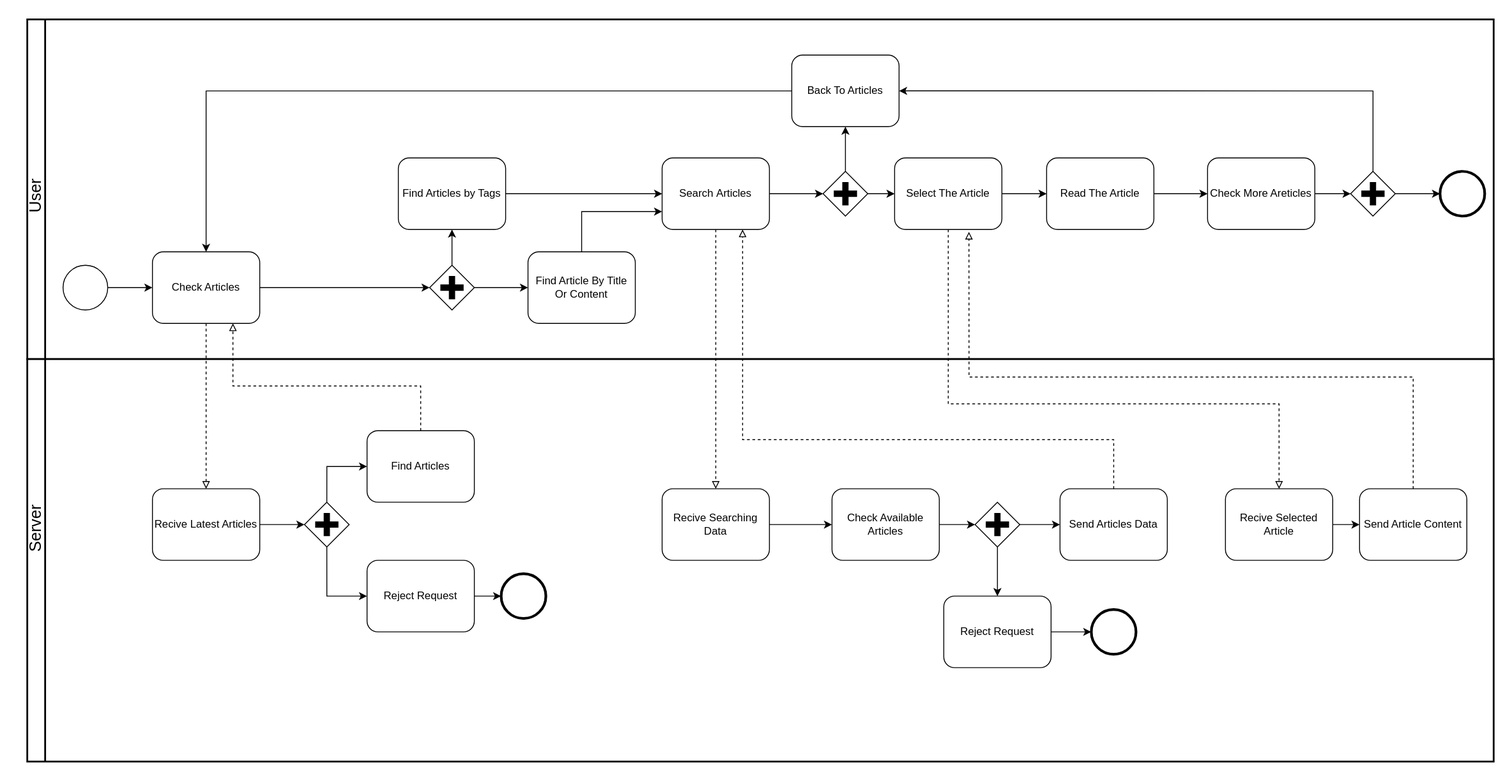
Above: Диаграммы/BPMN.svg in 0hJonny/Diplom_60701_ (draw.io), before the change. Source tidied: cells renumbered, new cells last; positions are measured from the earlier drawing's top-left corner, leaving out a move shared by most shapes.
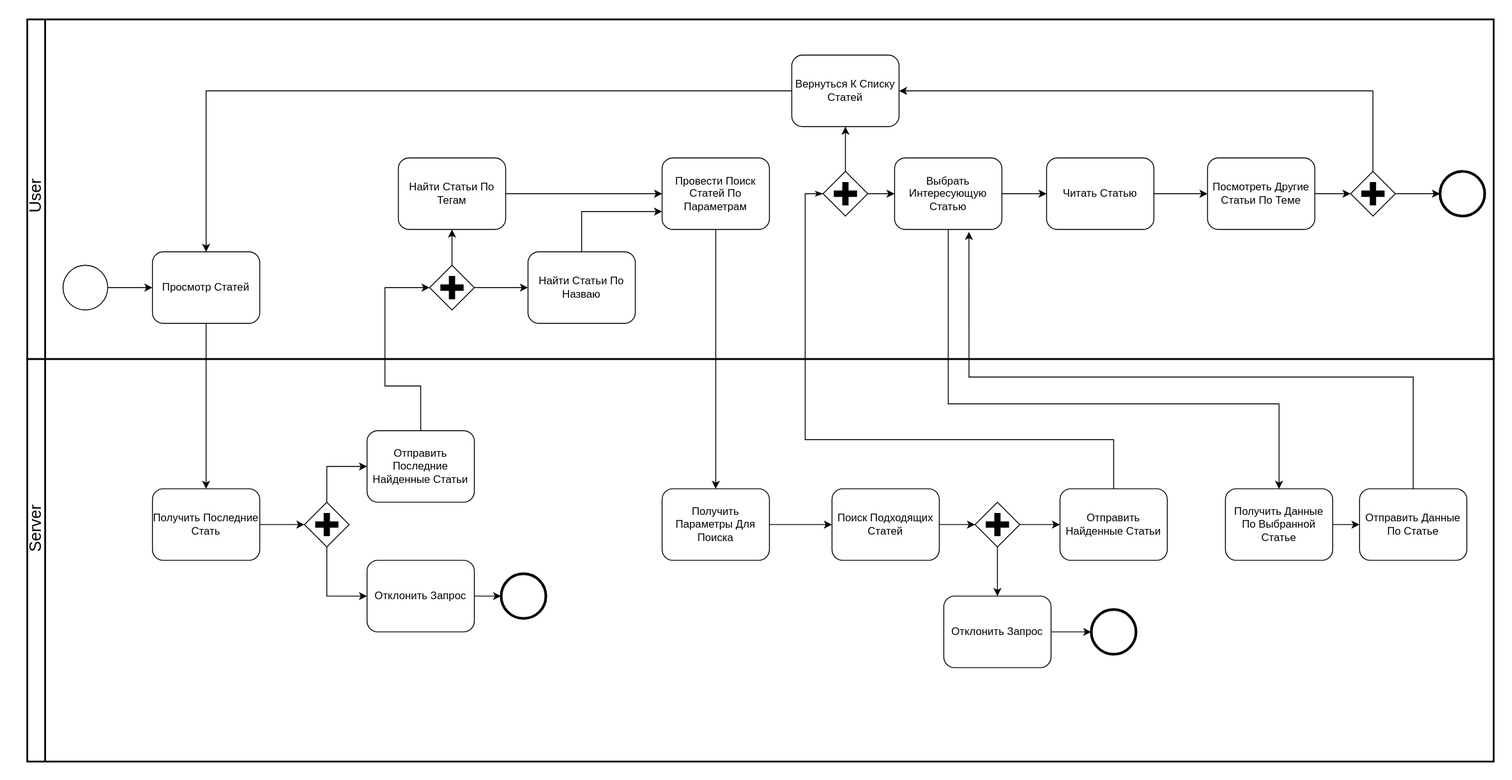
After the change.

Change to the diagram source:
```diff
@@ -11,36 +11,33 @@
     <mxCell id="4" style="shape=mxgraph.bpmn.shape;html=1;verticalLabelPosition=bottom;labelBackgroundColor=#ffffff;verticalAlign=top;perimeter=ellipsePerimeter;outline=standard;symbol=general;" parent="3" vertex="1">
       <mxGeometry x="40" y="275" width="50" height="50" as="geometry" />
     </mxCell>
-    <mxCell id="5" value="Check Articles" style="shape=ext;rounded=1;html=1;whiteSpace=wrap;" parent="3" vertex="1">
+    <mxCell id="5" value="Просмотр Статей" style="shape=ext;rounded=1;html=1;whiteSpace=wrap;" parent="3" vertex="1">
       <mxGeometry x="140" y="260" width="120" height="80" as="geometry" />
     </mxCell>
     <mxCell id="6" style="edgeStyle=orthogonalEdgeStyle;rounded=0;html=1;jettySize=auto;" parent="3" edge="1" source="4" target="5">
       <mxGeometry relative="1" as="geometry" />
     </mxCell>
-    <mxCell id="7" value="Search&amp;nbsp;Articles" style="shape=ext;rounded=1;html=1;whiteSpace=wrap;" parent="3" vertex="1">
+    <mxCell id="7" value="Провести Поиск Статей По Параметрам" style="shape=ext;rounded=1;html=1;whiteSpace=wrap;" parent="3" vertex="1">
       <mxGeometry x="710" y="155" width="120" height="80" as="geometry" />
     </mxCell>
     <mxCell id="8" style="edgeStyle=orthogonalEdgeStyle;rounded=0;jettySize=auto;html=1;entryX=0;entryY=0.5;entryDx=0;entryDy=0;" parent="3" edge="1" source="9" target="7">
       <mxGeometry relative="1" as="geometry" />
     </mxCell>
-    <mxCell id="9" value="Find Articles by Tags" style="shape=ext;rounded=1;html=1;whiteSpace=wrap;" parent="3" vertex="1">
+    <mxCell id="9" value="Найти Статьи По Тегам" style="shape=ext;rounded=1;html=1;whiteSpace=wrap;" parent="3" vertex="1">
       <mxGeometry x="415" y="155" width="120" height="80" as="geometry" />
     </mxCell>
     <mxCell id="10" style="edgeStyle=orthogonalEdgeStyle;rounded=0;jettySize=auto;html=1;entryX=0;entryY=0.75;entryDx=0;entryDy=0;exitX=0.5;exitY=0;exitDx=0;exitDy=0;" parent="3" edge="1" source="11" target="7">
       <mxGeometry relative="1" as="geometry" />
     </mxCell>
-    <mxCell id="11" value="Find Article By Title Or Content" style="shape=ext;rounded=1;html=1;whiteSpace=wrap;" parent="3" vertex="1">
+    <mxCell id="11" value="Найти Статьи По Назваю" style="shape=ext;rounded=1;html=1;whiteSpace=wrap;" parent="3" vertex="1">
       <mxGeometry x="560" y="260" width="120" height="80" as="geometry" />
     </mxCell>
-    <mxCell id="12" value="Read The Article" style="shape=ext;rounded=1;html=1;whiteSpace=wrap;" parent="3" vertex="1">
+    <mxCell id="12" value="Читать Статью" style="shape=ext;rounded=1;html=1;whiteSpace=wrap;" parent="3" vertex="1">
       <mxGeometry x="1140" y="155" width="120" height="80" as="geometry" />
     </mxCell>
     <mxCell id="13" style="points=[[0.145,0.145,0],[0.5,0,0],[0.855,0.145,0],[1,0.5,0],[0.855,0.855,0],[0.5,1,0],[0.145,0.855,0],[0,0.5,0]];shape=mxgraph.bpmn.event;html=1;verticalLabelPosition=bottom;labelBackgroundColor=#ffffff;verticalAlign=top;align=center;perimeter=ellipsePerimeter;outlineConnect=0;outline=end;symbol=terminate2;" parent="3" vertex="1">
       <mxGeometry x="1580" y="170" width="50" height="50" as="geometry" />
     </mxCell>
-    <mxCell id="14" style="edgeStyle=orthogonalEdgeStyle;rounded=0;jettySize=auto;html=1;entryX=0;entryY=0.5;entryDx=0;entryDy=0;entryPerimeter=0;" parent="3" edge="1" source="5" target="17">
-      <mxGeometry relative="1" as="geometry" />
-    </mxCell>
     <mxCell id="15" style="edgeStyle=orthogonalEdgeStyle;rounded=0;jettySize=auto;html=1;" parent="3" edge="1" source="17" target="9">
       <mxGeometry relative="1" as="geometry" />
     </mxCell>
@@ -53,13 +50,10 @@
     <mxCell id="18" style="points=[[0.25,0.25,0],[0.5,0,0],[0.75,0.25,0],[1,0.5,0],[0.75,0.75,0],[0.5,1,0],[0.25,0.75,0],[0,0.5,0]];shape=mxgraph.bpmn.gateway2;html=1;verticalLabelPosition=bottom;labelBackgroundColor=#ffffff;verticalAlign=top;align=center;perimeter=rhombusPerimeter;outlineConnect=0;outline=none;symbol=none;gwType=parallel;" parent="3" vertex="1">
       <mxGeometry x="890" y="170" width="50" height="50" as="geometry" />
     </mxCell>
-    <mxCell id="19" style="edgeStyle=orthogonalEdgeStyle;rounded=0;jettySize=auto;html=1;entryX=0;entryY=0.5;entryDx=0;entryDy=0;entryPerimeter=0;" parent="3" edge="1" source="7" target="18">
-      <mxGeometry relative="1" as="geometry" />
-    </mxCell>
     <mxCell id="20" style="edgeStyle=orthogonalEdgeStyle;rounded=0;jettySize=auto;html=1;entryX=0;entryY=0.5;entryDx=0;entryDy=0;" parent="3" edge="1" source="21" target="12">
       <mxGeometry relative="1" as="geometry" />
     </mxCell>
-    <mxCell id="21" value="Select The Article" style="shape=ext;rounded=1;html=1;whiteSpace=wrap;" parent="3" vertex="1">
+    <mxCell id="21" value="Выбрать Интересующую Статью" style="shape=ext;rounded=1;html=1;whiteSpace=wrap;" parent="3" vertex="1">
       <mxGeometry x="970" y="155" width="120" height="80" as="geometry" />
     </mxCell>
     <mxCell id="22" style="edgeStyle=orthogonalEdgeStyle;rounded=0;jettySize=auto;html=1;" parent="3" edge="1" source="18" target="21">
@@ -68,13 +62,13 @@
     <mxCell id="23" style="edgeStyle=orthogonalEdgeStyle;rounded=0;jettySize=auto;html=1;entryX=0.5;entryY=0;entryDx=0;entryDy=0;" parent="3" edge="1" source="24" target="5">
       <mxGeometry relative="1" as="geometry" />
     </mxCell>
-    <mxCell id="24" value="Back To Articles" style="shape=ext;rounded=1;html=1;whiteSpace=wrap;" parent="3" vertex="1">
+    <mxCell id="24" value="Вернуться К Списку Статей" style="shape=ext;rounded=1;html=1;whiteSpace=wrap;" parent="3" vertex="1">
       <mxGeometry x="855" y="40" width="120" height="80" as="geometry" />
     </mxCell>
     <mxCell id="25" style="edgeStyle=orthogonalEdgeStyle;rounded=0;jettySize=auto;html=1;" parent="3" edge="1" source="18" target="24">
       <mxGeometry relative="1" as="geometry" />
     </mxCell>
-    <mxCell id="26" value="Check More Areticles" style="shape=ext;rounded=1;html=1;whiteSpace=wrap;" parent="3" vertex="1">
+    <mxCell id="26" value="Посмотреть Другие Статьи По Теме" style="shape=ext;rounded=1;html=1;whiteSpace=wrap;" parent="3" vertex="1">
       <mxGeometry x="1320" y="155" width="120" height="80" as="geometry" />
     </mxCell>
     <mxCell id="27" style="edgeStyle=orthogonalEdgeStyle;rounded=0;jettySize=auto;html=1;" parent="3" edge="1" source="12" target="26">
@@ -102,7 +96,7 @@
     <mxCell id="33" style="swimlane;html=1;startSize=20;fontStyle=0;horizontal=0;swimlaneLine=1;swimlaneFillColor=#ffffff;strokeWidth=2;whiteSpace=wrap;" parent="2" vertex="1">
       <mxGeometry y="100" width="1640" height="450" as="geometry" />
     </mxCell>
-    <mxCell id="34" value="Recive Latest Articles" style="shape=ext;rounded=1;html=1;whiteSpace=wrap;" parent="33" vertex="1">
+    <mxCell id="34" value="Получить Последние Стать" style="shape=ext;rounded=1;html=1;whiteSpace=wrap;" parent="33" vertex="1">
       <mxGeometry x="140" y="145" width="120" height="80" as="geometry" />
     </mxCell>
     <mxCell id="35" style="points=[[0.25,0.25,0],[0.5,0,0],[0.75,0.25,0],[1,0.5,0],[0.75,0.75,0],[0.5,1,0],[0.25,0.75,0],[0,0.5,0]];shape=mxgraph.bpmn.gateway2;html=1;verticalLabelPosition=bottom;labelBackgroundColor=#ffffff;verticalAlign=top;align=center;perimeter=rhombusPerimeter;outlineConnect=0;outline=none;symbol=none;gwType=parallel;" parent="33" vertex="1">
@@ -111,7 +105,7 @@
     <mxCell id="36" style="edgeStyle=orthogonalEdgeStyle;rounded=0;jettySize=auto;html=1;" parent="33" edge="1" source="34" target="35">
       <mxGeometry relative="1" as="geometry" />
     </mxCell>
-    <mxCell id="37" value="Find Articles" style="shape=ext;rounded=1;html=1;whiteSpace=wrap;" parent="33" vertex="1">
+    <mxCell id="37" value="Отправить Последние Найденные Статьи" style="shape=ext;rounded=1;html=1;whiteSpace=wrap;" parent="33" vertex="1">
       <mxGeometry x="380" y="80" width="120" height="80" as="geometry" />
     </mxCell>
     <mxCell id="38" style="edgeStyle=orthogonalEdgeStyle;rounded=0;jettySize=auto;html=1;entryX=0;entryY=0.5;entryDx=0;entryDy=0;exitX=0.5;exitY=0;exitDx=0;exitDy=0;exitPerimeter=0;" parent="33" edge="1" source="35" target="37">
@@ -120,7 +114,7 @@
     <mxCell id="39" style="points=[[0.145,0.145,0],[0.5,0,0],[0.855,0.145,0],[1,0.5,0],[0.855,0.855,0],[0.5,1,0],[0.145,0.855,0],[0,0.5,0]];shape=mxgraph.bpmn.event;html=1;verticalLabelPosition=bottom;labelBackgroundColor=#ffffff;verticalAlign=top;align=center;perimeter=ellipsePerimeter;outlineConnect=0;outline=end;symbol=terminate2;" parent="33" vertex="1">
       <mxGeometry x="530" y="240" width="50" height="50" as="geometry" />
     </mxCell>
-    <mxCell id="40" value="Reject Request" style="shape=ext;rounded=1;html=1;whiteSpace=wrap;" parent="33" vertex="1">
+    <mxCell id="40" value="Отклонить Запрос" style="shape=ext;rounded=1;html=1;whiteSpace=wrap;" parent="33" vertex="1">
       <mxGeometry x="380" y="225" width="120" height="80" as="geometry" />
     </mxCell>
     <mxCell id="41" style="edgeStyle=orthogonalEdgeStyle;rounded=0;jettySize=auto;html=1;entryX=0;entryY=0.5;entryDx=0;entryDy=0;exitX=0.5;exitY=1;exitDx=0;exitDy=0;exitPerimeter=0;" parent="33" edge="1" source="35" target="40">
@@ -129,10 +123,10 @@
     <mxCell id="42" style="edgeStyle=orthogonalEdgeStyle;rounded=0;jettySize=auto;html=1;entryX=0;entryY=0.5;entryDx=0;entryDy=0;entryPerimeter=0;" parent="33" edge="1" source="40" target="39">
       <mxGeometry relative="1" as="geometry" />
     </mxCell>
-    <mxCell id="43" value="Recive Searching Data" style="shape=ext;rounded=1;html=1;whiteSpace=wrap;" parent="33" vertex="1">
+    <mxCell id="43" value="Получить Параметры Для Поиска" style="shape=ext;rounded=1;html=1;whiteSpace=wrap;" parent="33" vertex="1">
       <mxGeometry x="710" y="145" width="120" height="80" as="geometry" />
     </mxCell>
-    <mxCell id="44" value="Check Available Articles" style="shape=ext;rounded=1;html=1;whiteSpace=wrap;" parent="33" vertex="1">
+    <mxCell id="44" value="Поиск Подходящих Статей" style="shape=ext;rounded=1;html=1;whiteSpace=wrap;" parent="33" vertex="1">
       <mxGeometry x="900" y="145" width="120" height="80" as="geometry" />
     </mxCell>
     <mxCell id="45" style="edgeStyle=orthogonalEdgeStyle;rounded=0;jettySize=auto;html=1;entryX=0;entryY=0.5;entryDx=0;entryDy=0;" parent="33" edge="1" source="43" target="44">
@@ -144,7 +138,7 @@
     <mxCell id="47" style="edgeStyle=orthogonalEdgeStyle;rounded=0;jettySize=auto;html=1;entryX=0;entryY=0.5;entryDx=0;entryDy=0;entryPerimeter=0;" parent="33" edge="1" source="44" target="46">
       <mxGeometry relative="1" as="geometry" />
     </mxCell>
-    <mxCell id="48" value="Reject Request" style="shape=ext;rounded=1;html=1;whiteSpace=wrap;" parent="33" vertex="1">
+    <mxCell id="48" value="Отклонить Запрос" style="shape=ext;rounded=1;html=1;whiteSpace=wrap;" parent="33" vertex="1">
       <mxGeometry x="1025" y="265" width="120" height="80" as="geometry" />
     </mxCell>
     <mxCell id="49" style="edgeStyle=orthogonalEdgeStyle;rounded=0;jettySize=auto;html=1;entryX=0.5;entryY=0;entryDx=0;entryDy=0;" parent="33" edge="1" source="46" target="48">
@@ -156,7 +150,7 @@
     <mxCell id="51" style="edgeStyle=orthogonalEdgeStyle;rounded=0;jettySize=auto;html=1;entryX=0;entryY=0.5;entryDx=0;entryDy=0;entryPerimeter=0;" parent="33" edge="1" source="48" target="50">
       <mxGeometry relative="1" as="geometry" />
     </mxCell>
-    <mxCell id="52" value="Send Articles Data" style="shape=ext;rounded=1;html=1;whiteSpace=wrap;" parent="33" vertex="1">
+    <mxCell id="52" value="Отправить Найденные Статьи" style="shape=ext;rounded=1;html=1;whiteSpace=wrap;" parent="33" vertex="1">
       <mxGeometry x="1155" y="145" width="120" height="80" as="geometry" />
     </mxCell>
     <mxCell id="53" style="edgeStyle=orthogonalEdgeStyle;rounded=0;jettySize=auto;html=1;" parent="33" edge="1" source="46" target="52">
@@ -168,35 +162,37 @@
     <mxCell id="55" style="edgeStyle=orthogonalEdgeStyle;rounded=0;jettySize=auto;html=1;entryX=0;entryY=0.5;entryDx=0;entryDy=0;" parent="33" edge="1" source="56" target="57">
       <mxGeometry relative="1" as="geometry" />
     </mxCell>
-    <mxCell id="56" value="Recive Selected Article" style="shape=ext;rounded=1;html=1;whiteSpace=wrap;" parent="33" vertex="1">
+    <mxCell id="56" value="Получить Данные По Выбранной Статье" style="shape=ext;rounded=1;html=1;whiteSpace=wrap;" parent="33" vertex="1">
       <mxGeometry x="1340" y="145" width="120" height="80" as="geometry" />
     </mxCell>
-    <mxCell id="57" value="Send Article Content" style="shape=ext;rounded=1;html=1;whiteSpace=wrap;" parent="33" vertex="1">
+    <mxCell id="57" value="Отправить Данные По Статье" style="shape=ext;rounded=1;html=1;whiteSpace=wrap;" parent="33" vertex="1">
       <mxGeometry x="1490" y="145" width="120" height="80" as="geometry" />
     </mxCell>
-    <mxCell id="58" style="edgeStyle=orthogonalEdgeStyle;rounded=0;jettySize=auto;html=1;entryX=0.5;entryY=0;entryDx=0;entryDy=0;dashed=1;endArrow=block;endFill=0;" parent="2" edge="1" source="5" target="34">
+    <mxCell id="58" style="edgeStyle=orthogonalEdgeStyle;rounded=0;jettySize=auto;html=1;entryX=0.5;entryY=0;entryDx=0;entryDy=0;endArrow=classic;endFill=1;" parent="2" edge="1" source="5" target="34">
       <mxGeometry relative="1" as="geometry" />
     </mxCell>
-    <mxCell id="59" style="edgeStyle=orthogonalEdgeStyle;rounded=0;jettySize=auto;html=1;entryX=0.75;entryY=1;entryDx=0;entryDy=0;dashed=1;endArrow=block;endFill=0;" parent="2" edge="1" source="37" target="5">
+    <mxCell id="59" style="edgeStyle=orthogonalEdgeStyle;rounded=0;jettySize=auto;html=1;entryX=0;entryY=0.5;entryDx=0;entryDy=0;endArrow=classic;endFill=1;entryPerimeter=0;" parent="2" edge="1" source="37" target="17">
       <mxGeometry relative="1" as="geometry">
         <Array as="points">
           <mxPoint x="440" y="130" />
-          <mxPoint x="230" y="130" />
+          <mxPoint x="400" y="130" />
+          <mxPoint x="400" y="20" />
         </Array>
       </mxGeometry>
     </mxCell>
-    <mxCell id="60" style="edgeStyle=orthogonalEdgeStyle;rounded=0;jettySize=auto;html=1;dashed=1;endArrow=block;endFill=0;" parent="2" edge="1" source="7" target="43">
+    <mxCell id="60" style="edgeStyle=orthogonalEdgeStyle;rounded=0;jettySize=auto;html=1;endArrow=classic;endFill=1;" parent="2" edge="1" source="7" target="43">
       <mxGeometry relative="1" as="geometry" />
     </mxCell>
-    <mxCell id="61" style="edgeStyle=orthogonalEdgeStyle;rounded=0;jettySize=auto;html=1;entryX=0.75;entryY=1;entryDx=0;entryDy=0;dashed=1;endArrow=block;endFill=0;" parent="2" edge="1" source="52" target="7">
+    <mxCell id="61" style="edgeStyle=orthogonalEdgeStyle;rounded=0;jettySize=auto;html=1;entryX=0;entryY=0.5;entryDx=0;entryDy=0;endArrow=classicThin;endFill=1;entryPerimeter=0;" parent="2" edge="1" source="52" target="18">
       <mxGeometry relative="1" as="geometry">
         <Array as="points">
           <mxPoint x="1215" y="190" />
-          <mxPoint x="800" y="190" />
+          <mxPoint x="870" y="190" />
+          <mxPoint x="870" y="-85" />
         </Array>
       </mxGeometry>
     </mxCell>
-    <mxCell id="62" style="edgeStyle=orthogonalEdgeStyle;rounded=0;jettySize=auto;html=1;entryX=0.5;entryY=0;entryDx=0;entryDy=0;dashed=1;endArrow=block;endFill=0;" parent="2" edge="1" source="21" target="56">
+    <mxCell id="62" style="edgeStyle=orthogonalEdgeStyle;rounded=0;jettySize=auto;html=1;entryX=0.5;entryY=0;entryDx=0;entryDy=0;endArrow=classic;endFill=1;" parent="2" edge="1" source="21" target="56">
       <mxGeometry relative="1" as="geometry">
         <Array as="points">
           <mxPoint x="1030" y="150" />
@@ -204,7 +200,7 @@
         </Array>
       </mxGeometry>
     </mxCell>
-    <mxCell id="63" style="edgeStyle=orthogonalEdgeStyle;rounded=0;jettySize=auto;html=1;entryX=0.693;entryY=1.033;entryDx=0;entryDy=0;entryPerimeter=0;dashed=1;endArrow=block;endFill=0;" parent="2" edge="1" source="57" target="21">
+    <mxCell id="63" style="edgeStyle=orthogonalEdgeStyle;rounded=0;jettySize=auto;html=1;entryX=0.693;entryY=1.033;entryDx=0;entryDy=0;entryPerimeter=0;endArrow=classic;endFill=1;" parent="2" edge="1" source="57" target="21">
       <mxGeometry relative="1" as="geometry">
         <Array as="points">
           <mxPoint x="1550" y="120" />
```
